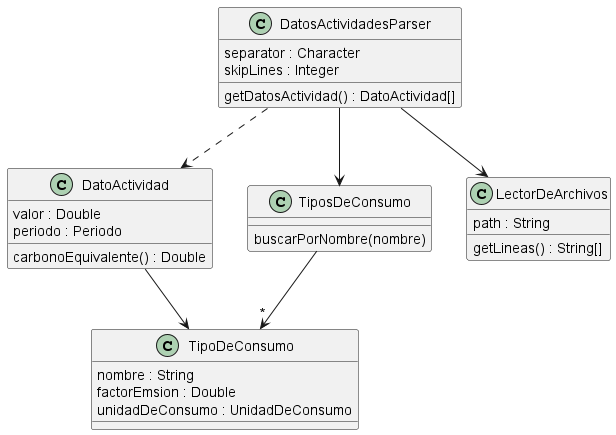
The PlantUML diagram docs/img/da-parser.png in RaniAgus/dds-2022, before a commit. Source of this version:
```plantuml
@startuml

!include da.puml

class DatosActividadesParser {
    separator : Character
    skipLines : Integer
    getDatosActividad() : DatoActividad[]
}

DatosActividadesParser --> TiposDeConsumo
DatosActividadesParser --> LectorDeArchivos
DatosActividadesParser ..> DatoActividad

class LectorDeArchivos {
    path : String
    getLineas() : String[]
}

class TiposDeConsumo {
    buscarPorNombre(nombre)
}

TiposDeConsumo --> "*" TipoDeConsumo

@enduml
```
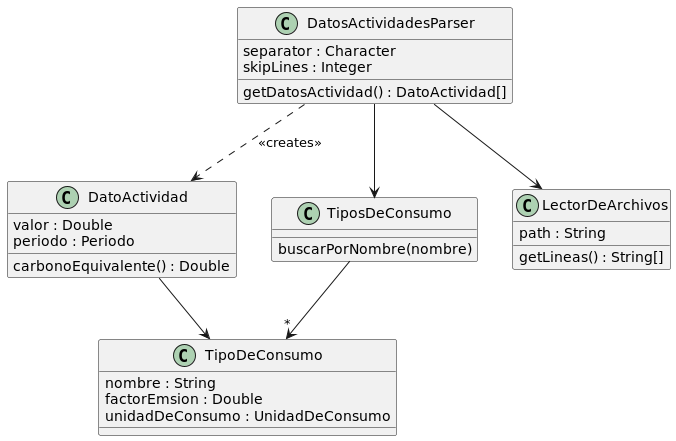
After the commit.

What changed in the source:
```diff
@@ -10,7 +10,7 @@
 
 DatosActividadesParser --> TiposDeConsumo
 DatosActividadesParser --> LectorDeArchivos
-DatosActividadesParser ..> DatoActividad
+DatosActividadesParser ..> DatoActividad : <<creates>>
 
 class LectorDeArchivos {
     path : String
```
